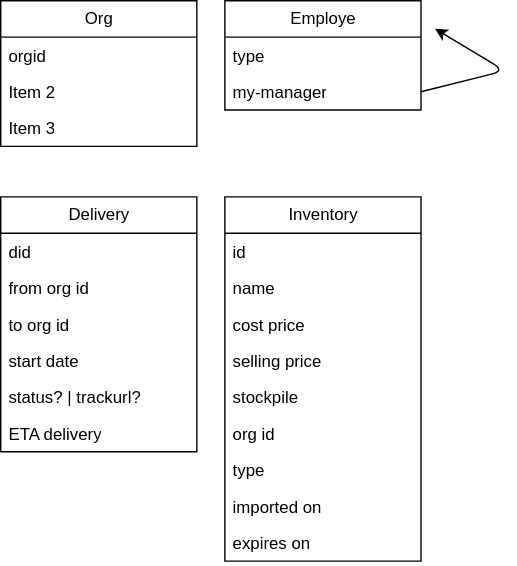
Before: org.drawio.svg, a diagram exported from draw.io (GaurangTyagi123/logisick). Source tidied: cells renumbered, new cells last; positions are measured from the earlier drawing's top-left corner, leaving out a move shared by most shapes.
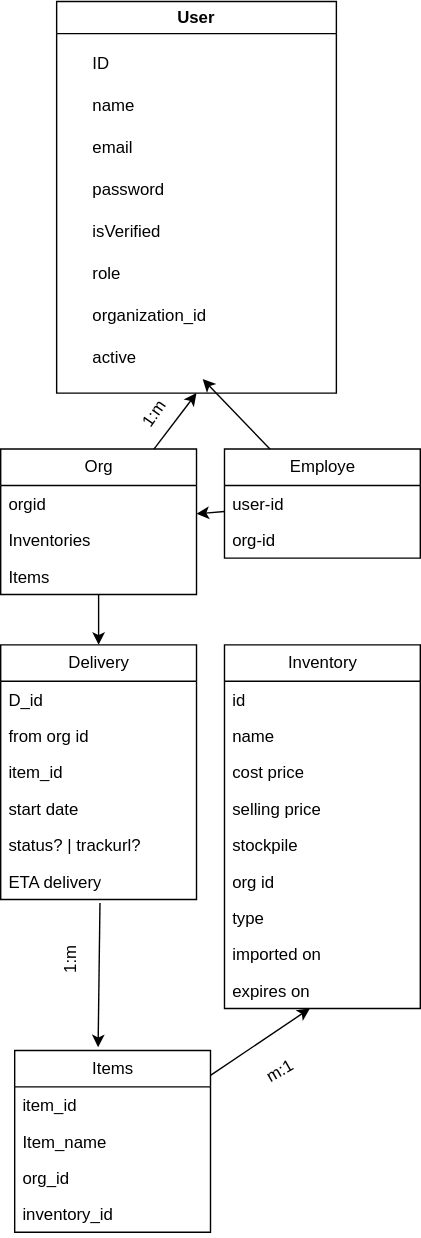
The same diagram one commit later.

Commit message:
HOT-FIX : Navbar error modified erd

Diff of the diagram source:
```diff
@@ -2,45 +2,49 @@
   <root>
     <mxCell id="0" />
     <mxCell id="1" parent="0" />
+    <mxCell id="27" style="edgeStyle=none;html=1;entryX=0.5;entryY=1;entryDx=0;entryDy=0;" parent="1" edge="1" source="2" target="31">
+      <mxGeometry relative="1" as="geometry" />
+    </mxCell>
+    <mxCell id="28" style="edgeStyle=none;html=1;entryX=0.5;entryY=0;entryDx=0;entryDy=0;" parent="1" edge="1" source="2" target="10">
+      <mxGeometry relative="1" as="geometry" />
+    </mxCell>
     <mxCell id="2" value="Org" style="swimlane;fontStyle=0;horizontal=1;startSize=26;fillColor=none;html=1;" parent="1" vertex="1">
       <mxGeometry width="140" height="104" as="geometry" />
     </mxCell>
     <mxCell id="3" value="orgid" style="text;strokeColor=none;fillColor=none;align=left;verticalAlign=top;spacingLeft=4;spacingRight=4;overflow=hidden;whiteSpace=wrap;html=1;" parent="2" vertex="1">
       <mxGeometry y="26" width="140" height="26" as="geometry" />
     </mxCell>
-    <mxCell id="4" value="Item 2" style="text;strokeColor=none;fillColor=none;align=left;verticalAlign=top;spacingLeft=4;spacingRight=4;overflow=hidden;whiteSpace=wrap;html=1;" parent="2" vertex="1">
+    <mxCell id="4" value="Inventories" style="text;strokeColor=none;fillColor=none;align=left;verticalAlign=top;spacingLeft=4;spacingRight=4;overflow=hidden;whiteSpace=wrap;html=1;" parent="2" vertex="1">
       <mxGeometry y="52" width="140" height="26" as="geometry" />
     </mxCell>
-    <mxCell id="5" value="Item 3" style="text;strokeColor=none;fillColor=none;align=left;verticalAlign=top;spacingLeft=4;spacingRight=4;overflow=hidden;whiteSpace=wrap;html=1;" parent="2" vertex="1">
+    <mxCell id="5" value="Items" style="text;strokeColor=none;fillColor=none;align=left;verticalAlign=top;spacingLeft=4;spacingRight=4;overflow=hidden;whiteSpace=wrap;html=1;" parent="2" vertex="1">
       <mxGeometry y="78" width="140" height="26" as="geometry" />
     </mxCell>
+    <mxCell id="29" style="edgeStyle=none;html=1;" parent="1" edge="1" source="6" target="39">
+      <mxGeometry relative="1" as="geometry" />
+    </mxCell>
+    <mxCell id="30" style="edgeStyle=none;html=1;" parent="1" edge="1" source="6" target="2">
+      <mxGeometry relative="1" as="geometry" />
+    </mxCell>
     <mxCell id="6" value="Employe" style="swimlane;fontStyle=0;horizontal=1;startSize=26;fillColor=none;html=1;" parent="1" vertex="1">
       <mxGeometry x="160" width="140" height="78" as="geometry" />
     </mxCell>
-    <mxCell id="7" value="type" style="text;strokeColor=none;fillColor=none;align=left;verticalAlign=top;spacingLeft=4;spacingRight=4;overflow=hidden;whiteSpace=wrap;html=1;" parent="6" vertex="1">
+    <mxCell id="7" value="user-id" style="text;strokeColor=none;fillColor=none;align=left;verticalAlign=top;spacingLeft=4;spacingRight=4;overflow=hidden;whiteSpace=wrap;html=1;" parent="6" vertex="1">
       <mxGeometry y="26" width="140" height="26" as="geometry" />
     </mxCell>
-    <mxCell id="8" style="edgeStyle=none;html=1;exitX=1;exitY=0.5;exitDx=0;exitDy=0;" parent="6" edge="1" source="9">
-      <mxGeometry relative="1" as="geometry">
-        <mxPoint x="150" y="20" as="targetPoint" />
-        <Array as="points">
-          <mxPoint x="200" y="50" />
-        </Array>
-      </mxGeometry>
-    </mxCell>
-    <mxCell id="9" value="my-manager" style="text;strokeColor=none;fillColor=none;align=left;verticalAlign=top;spacingLeft=4;spacingRight=4;overflow=hidden;points=[[0,0.5],[1,0.5]];portConstraint=eastwest;whiteSpace=wrap;html=1;" parent="6" vertex="1">
+    <mxCell id="9" value="org-id" style="text;strokeColor=none;fillColor=none;align=left;verticalAlign=top;spacingLeft=4;spacingRight=4;overflow=hidden;points=[[0,0.5],[1,0.5]];portConstraint=eastwest;whiteSpace=wrap;html=1;" parent="6" vertex="1">
       <mxGeometry y="52" width="140" height="26" as="geometry" />
     </mxCell>
     <mxCell id="10" value="Delivery" style="swimlane;fontStyle=0;horizontal=1;startSize=26;fillColor=none;html=1;" parent="1" vertex="1">
       <mxGeometry y="140" width="140" height="182" as="geometry" />
     </mxCell>
-    <mxCell id="11" value="did" style="text;strokeColor=none;fillColor=none;align=left;verticalAlign=top;spacingLeft=4;spacingRight=4;overflow=hidden;whiteSpace=wrap;html=1;" parent="10" vertex="1">
+    <mxCell id="11" value="D_id" style="text;strokeColor=none;fillColor=none;align=left;verticalAlign=top;spacingLeft=4;spacingRight=4;overflow=hidden;whiteSpace=wrap;html=1;" parent="10" vertex="1">
       <mxGeometry y="26" width="140" height="26" as="geometry" />
     </mxCell>
     <mxCell id="12" value="from org id" style="text;strokeColor=none;fillColor=none;align=left;verticalAlign=top;spacingLeft=4;spacingRight=4;overflow=hidden;whiteSpace=wrap;html=1;" parent="10" vertex="1">
       <mxGeometry y="52" width="140" height="26" as="geometry" />
     </mxCell>
-    <mxCell id="13" value="to org id" style="text;strokeColor=none;fillColor=none;align=left;verticalAlign=top;spacingLeft=4;spacingRight=4;overflow=hidden;whiteSpace=wrap;html=1;" parent="10" vertex="1">
+    <mxCell id="13" value="item_id" style="text;strokeColor=none;fillColor=none;align=left;verticalAlign=top;spacingLeft=4;spacingRight=4;overflow=hidden;whiteSpace=wrap;html=1;" parent="10" vertex="1">
       <mxGeometry y="78" width="140" height="26" as="geometry" />
     </mxCell>
     <mxCell id="14" value="start date" style="text;strokeColor=none;fillColor=none;align=left;verticalAlign=top;spacingLeft=4;spacingRight=4;overflow=hidden;whiteSpace=wrap;html=1;" parent="10" vertex="1">
@@ -82,5 +86,62 @@
     <mxCell id="26" value="expires on" style="text;strokeColor=none;fillColor=none;align=left;verticalAlign=top;spacingLeft=4;spacingRight=4;overflow=hidden;points=[[0,0.5],[1,0.5]];portConstraint=eastwest;whiteSpace=wrap;html=1;" parent="17" vertex="1">
       <mxGeometry y="234" width="140" height="26" as="geometry" />
     </mxCell>
+    <mxCell id="31" value="User" style="swimlane;whiteSpace=wrap;html=1;" parent="1" vertex="1">
+      <mxGeometry x="40" y="-320" width="200" height="280" as="geometry" />
+    </mxCell>
+    <mxCell id="32" value="ID" style="text;strokeColor=none;fillColor=none;align=left;verticalAlign=middle;spacingLeft=4;spacingRight=4;overflow=hidden;whiteSpace=wrap;html=1;" parent="31" vertex="1">
+      <mxGeometry x="20" y="30" width="140" height="30" as="geometry" />
+    </mxCell>
+    <mxCell id="33" value="name" style="text;strokeColor=none;fillColor=none;align=left;verticalAlign=middle;spacingLeft=4;spacingRight=4;overflow=hidden;whiteSpace=wrap;html=1;" parent="31" vertex="1">
+      <mxGeometry x="20" y="60" width="140" height="30" as="geometry" />
+    </mxCell>
+    <mxCell id="34" value="email" style="text;strokeColor=none;fillColor=none;align=left;verticalAlign=middle;spacingLeft=4;spacingRight=4;overflow=hidden;whiteSpace=wrap;html=1;" parent="31" vertex="1">
+      <mxGeometry x="20" y="90" width="140" height="30" as="geometry" />
+    </mxCell>
+    <mxCell id="35" value="password" style="text;strokeColor=none;fillColor=none;align=left;verticalAlign=middle;spacingLeft=4;spacingRight=4;overflow=hidden;whiteSpace=wrap;html=1;" parent="31" vertex="1">
+      <mxGeometry x="20" y="120" width="140" height="30" as="geometry" />
+    </mxCell>
+    <mxCell id="36" value="isVerified" style="text;strokeColor=none;fillColor=none;align=left;verticalAlign=middle;spacingLeft=4;spacingRight=4;overflow=hidden;whiteSpace=wrap;html=1;" parent="31" vertex="1">
+      <mxGeometry x="20" y="150" width="140" height="30" as="geometry" />
+    </mxCell>
+    <mxCell id="37" value="role" style="text;strokeColor=none;fillColor=none;align=left;verticalAlign=middle;spacingLeft=4;spacingRight=4;overflow=hidden;whiteSpace=wrap;html=1;" parent="31" vertex="1">
+      <mxGeometry x="20" y="180" width="140" height="30" as="geometry" />
+    </mxCell>
+    <mxCell id="38" value="organization_id" style="text;strokeColor=none;fillColor=none;align=left;verticalAlign=middle;spacingLeft=4;spacingRight=4;overflow=hidden;whiteSpace=wrap;html=1;" parent="31" vertex="1">
+      <mxGeometry x="20" y="210" width="140" height="30" as="geometry" />
+    </mxCell>
+    <mxCell id="39" value="active" style="text;strokeColor=none;fillColor=none;align=left;verticalAlign=middle;spacingLeft=4;spacingRight=4;overflow=hidden;points=[[0,0.5],[1,0.5]];portConstraint=eastwest;whiteSpace=wrap;html=1;" parent="31" vertex="1">
+      <mxGeometry x="20" y="240" width="140" height="30" as="geometry" />
+    </mxCell>
+    <mxCell id="40" value="Items" style="swimlane;fontStyle=0;horizontal=1;startSize=26;fillColor=none;html=1;" parent="1" vertex="1">
+      <mxGeometry x="10" y="430" width="140" height="130" as="geometry" />
+    </mxCell>
+    <mxCell id="41" value="item_id" style="text;strokeColor=none;fillColor=none;align=left;verticalAlign=top;spacingLeft=4;spacingRight=4;overflow=hidden;whiteSpace=wrap;html=1;" parent="40" vertex="1">
+      <mxGeometry y="26" width="140" height="26" as="geometry" />
+    </mxCell>
+    <mxCell id="42" value="Item_name" style="text;strokeColor=none;fillColor=none;align=left;verticalAlign=top;spacingLeft=4;spacingRight=4;overflow=hidden;whiteSpace=wrap;html=1;" parent="40" vertex="1">
+      <mxGeometry y="52" width="140" height="26" as="geometry" />
+    </mxCell>
+    <mxCell id="43" value="org_id" style="text;strokeColor=none;fillColor=none;align=left;verticalAlign=top;spacingLeft=4;spacingRight=4;overflow=hidden;whiteSpace=wrap;html=1;" parent="40" vertex="1">
+      <mxGeometry y="78" width="140" height="26" as="geometry" />
+    </mxCell>
+    <mxCell id="44" value="inventory_id" style="text;strokeColor=none;fillColor=none;align=left;verticalAlign=top;spacingLeft=4;spacingRight=4;overflow=hidden;whiteSpace=wrap;html=1;" parent="40" vertex="1">
+      <mxGeometry y="104" width="140" height="26" as="geometry" />
+    </mxCell>
+    <mxCell id="45" value="1:m" style="text;html=1;align=center;verticalAlign=middle;whiteSpace=wrap;rounded=0;rotation=-55;" parent="1" vertex="1">
+      <mxGeometry x="80" y="-40" width="60" height="30" as="geometry" />
+    </mxCell>
+    <mxCell id="46" style="edgeStyle=none;html=1;entryX=0.436;entryY=0.998;entryDx=0;entryDy=0;entryPerimeter=0;" parent="1" edge="1" source="40" target="26">
+      <mxGeometry relative="1" as="geometry" />
+    </mxCell>
+    <mxCell id="47" value="m:1" style="text;html=1;align=center;verticalAlign=middle;whiteSpace=wrap;rounded=0;rotation=-30;" parent="1" vertex="1">
+      <mxGeometry x="170" y="430" width="60" height="30" as="geometry" />
+    </mxCell>
+    <mxCell id="48" style="edgeStyle=none;html=1;entryX=0.426;entryY=-0.018;entryDx=0;entryDy=0;entryPerimeter=0;exitX=0.507;exitY=1.097;exitDx=0;exitDy=0;exitPerimeter=0;" parent="1" edge="1" source="16" target="40">
+      <mxGeometry relative="1" as="geometry" />
+    </mxCell>
+    <mxCell id="49" value="1:m" style="text;html=1;align=center;verticalAlign=middle;whiteSpace=wrap;rounded=0;rotation=-90;" parent="1" vertex="1">
+      <mxGeometry x="20" y="350" width="60" height="30" as="geometry" />
+    </mxCell>
   </root>
 </mxGraphModel>
```
